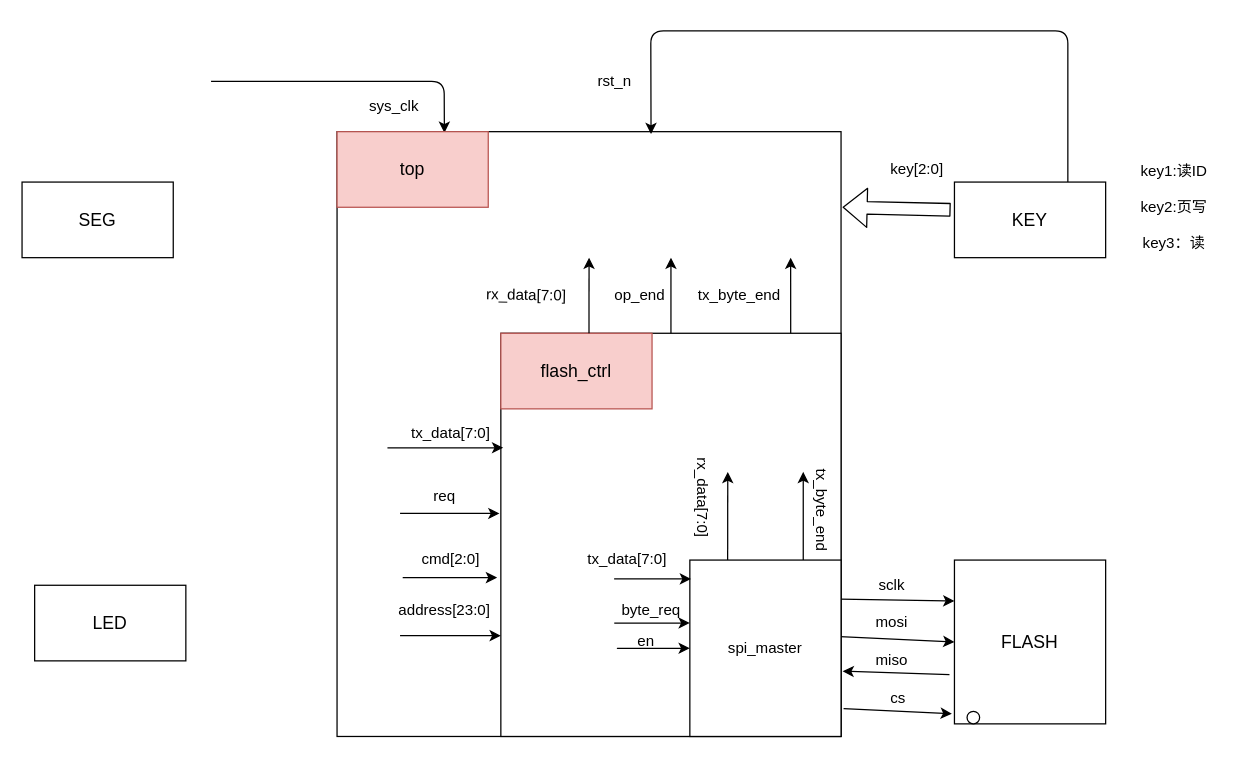
wu-bai-guo/spi_flash keeps this draw.io diagram as moudle Diagram.drawio. Above is the earlier version. Source tidied: cells renumbered, new cells numbered last; positions are measured from the earlier drawing's top-left corner, leaving out a move shared by most shapes. Both pictures are drawn from the tidied source at 126%, with x=0, y=0 at pixel (21, 30).
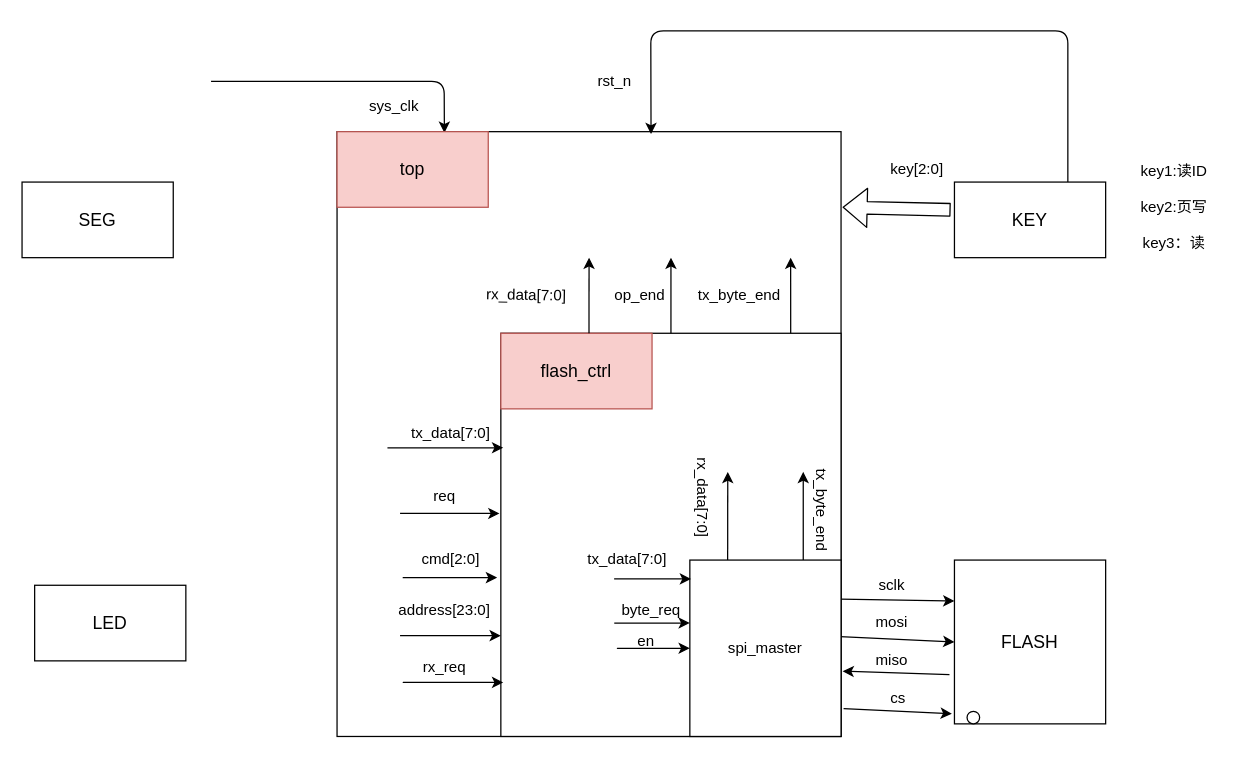
The same diagram, later.

Unchanged cells that the change refers to:
```xml
<mxCell id="16" style="whiteSpace=wrap;html=1;rounded=0;sketch=0;" parent="1" vertex="1">
  <mxGeometry x="380" y="240" width="270" height="320" as="geometry" />
</mxCell>
```

Change to the diagram source:
```diff
@@
+    <mxCell id="51" style="endArrow=classic;html=1;entryX=0.007;entryY=0.866;entryDx=0;entryDy=0;entryPerimeter=0;" parent="1" edge="1" target="16">
+      <mxGeometry relative="1" as="geometry">
+        <mxPoint x="310" y="517" as="sourcePoint" />
+        <Array as="points">
+          <mxPoint x="300" y="517" />
+          <mxPoint x="310" y="517" />
+        </Array>
+      </mxGeometry>
+    </mxCell>
+    <mxCell id="52" value="rx_req" style="text;html=1;align=center;verticalAlign=middle;" parent="1" vertex="1">
+      <mxGeometry x="310" y="495" width="50" height="20" as="geometry" />
+    </mxCell>
```
